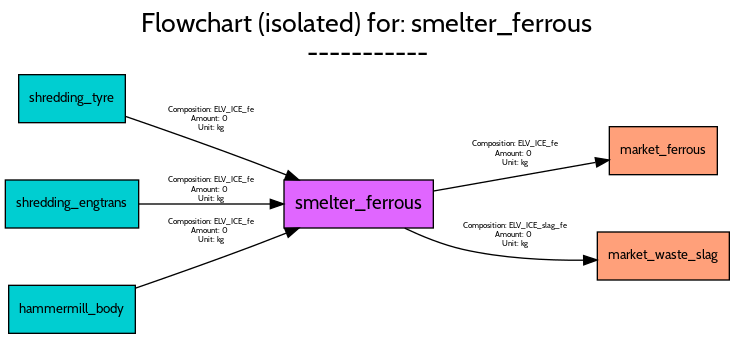
FutuRaM-Project/Recovery-Model keeps this Graphviz diagram as src/examples/ELV/figures/flowcharts/processes/png/smelter_ferrous.png. Above is the earlier version. Its source is kept beside it as src/examples/ELV/figures/flowcharts/processes/dot/smelter_ferrous.dot.
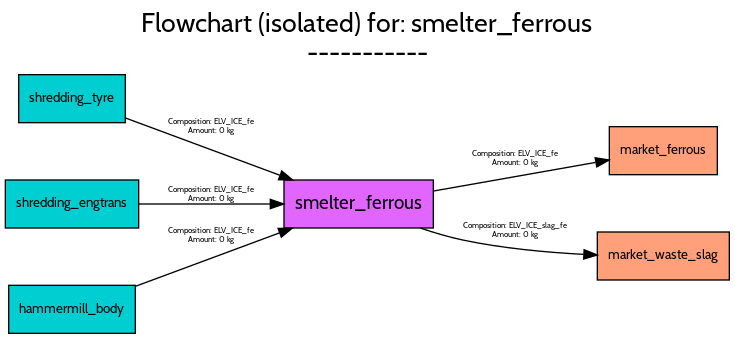
After the change.

Diff of the diagram source:
```diff
@@ -35,9 +35,8 @@
 		fontname=Cabin,
 		fontsize=6,
 		label="Composition: ELV_ICE_fe
-Amount: 0
-Unit: kg",
-		lp="382.5,134.5",
+Amount: 0 kg",
+		lp="382.5,131",
 		pos="e,452.83,129.99 321.12,106.73 358.18,113.28 406.65,121.84 442.58,128.18"];
 	market_waste_slag	[fillcolor=lightsalmon1,
 		fontname=Cabin,
@@ -51,10 +50,9 @@
 		fontname=Cabin,
 		fontsize=6,
 		label="Composition: ELV_ICE_slag_fe
-Amount: 0
-Unit: kg",
-		lp="382.5,73.5",
-		pos="e,443.76,54.984 299.53,78.855 312.7,72.631 328.18,66.385 343,63 372.3,56.307 405.65,54.643 433.41,54.829"];
+Amount: 0 kg",
+		lp="382.5,77",
+		pos="e,443.91,58.749 311.46,78.895 321.69,75.43 332.61,72.201 343,70 372.48,63.758 405.85,60.707 433.58,59.238"];
 	shredding_tyre	[fillcolor=darkturquoise,
 		fontname=Cabin,
 		fontsize=10,
@@ -67,10 +65,9 @@
 		fontname=Cabin,
 		fontsize=6,
 		label="Composition: ELV_ICE_fe
-Amount: 0
-Unit: kg",
-		lp="154.5,160.5",
-		pos="e,220.15,115.04 90.148,162.69 117.41,153.29 154.56,140.25 187,128 194.67,125.1 202.73,121.97 210.63,118.83"];
+Amount: 0 kg",
+		lp="154.5,155",
+		pos="e,215.46,115 90.067,161.51 122.48,149.49 169.05,132.22 205.85,118.57"];
 	shredding_engtrans	[fillcolor=darkturquoise,
 		fontname=Cabin,
 		fontsize=10,
@@ -83,9 +80,8 @@
 		fontname=Cabin,
 		fontsize=6,
 		label="Composition: ELV_ICE_fe
-Amount: 0
-Unit: kg",
-		lp="154.5,107.5",
+Amount: 0 kg",
+		lp="154.5,104",
 		pos="e,208.74,97 100.13,97 129.4,97 166.91,97 198.65,97"];
 	hammermill_body	[fillcolor=darkturquoise,
 		fontname=Cabin,
@@ -99,8 +95,7 @@
 		fontname=Cabin,
 		fontsize=6,
 		label="Composition: ELV_ICE_fe
-Amount: 0
-Unit: kg",
-		lp="154.5,76.5",
-		pos="e,220.15,78.964 97.76,33.941 124.08,43.054 157.49,54.856 187,66 194.67,68.895 202.73,72.034 210.63,75.165"];
+Amount: 0 kg",
+		lp="154.5,73",
+		pos="e,215.15,78.88 97.744,35.337 129.4,47.077 171.47,62.68 205.36,75.252"];
 }
```
